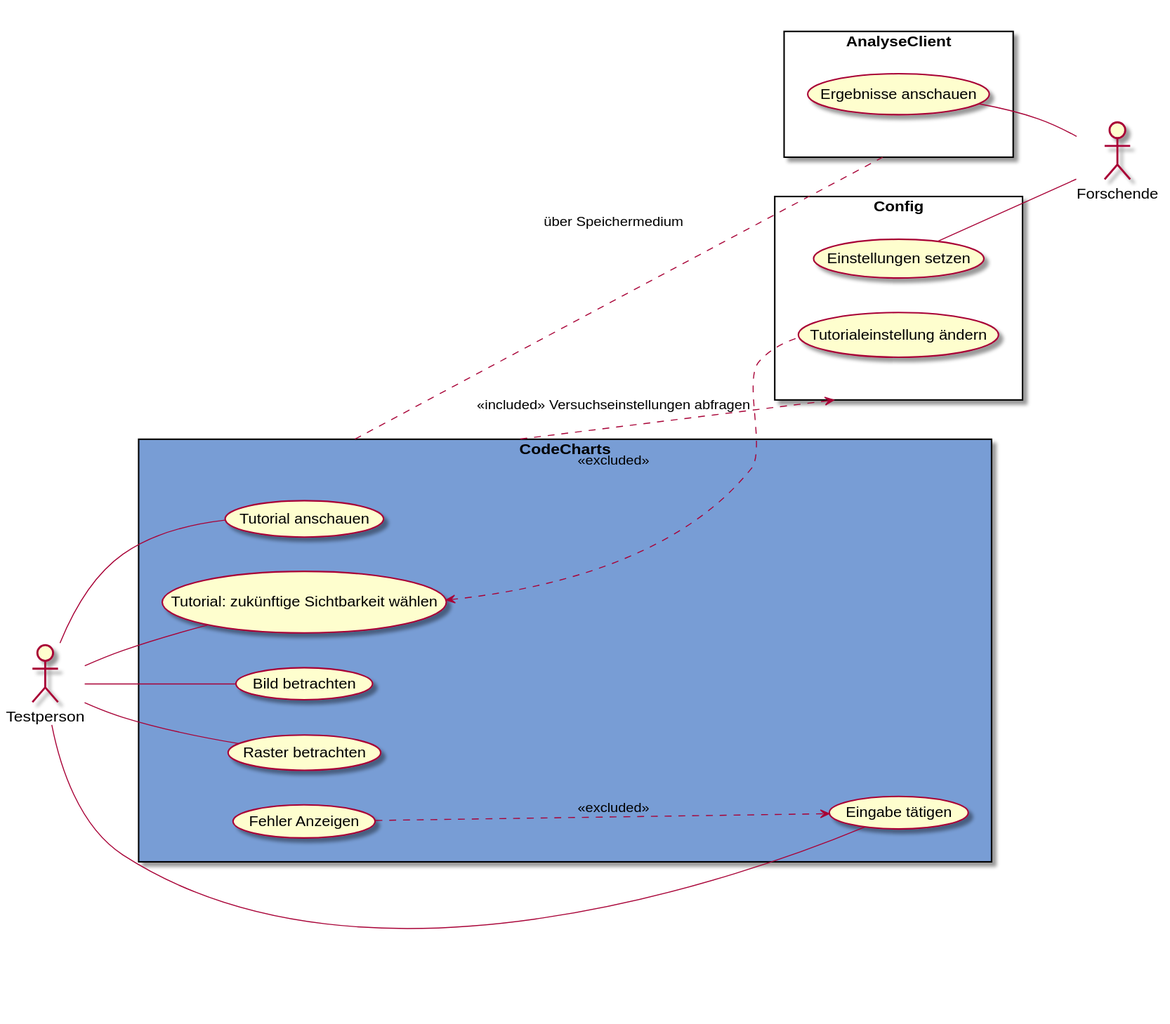
weichware10/meilensteine keeps this PlantUML diagram as meilenstein_05/usecase-CodeCharts/usecase-CodeCharts.svg. Above is the earlier version.
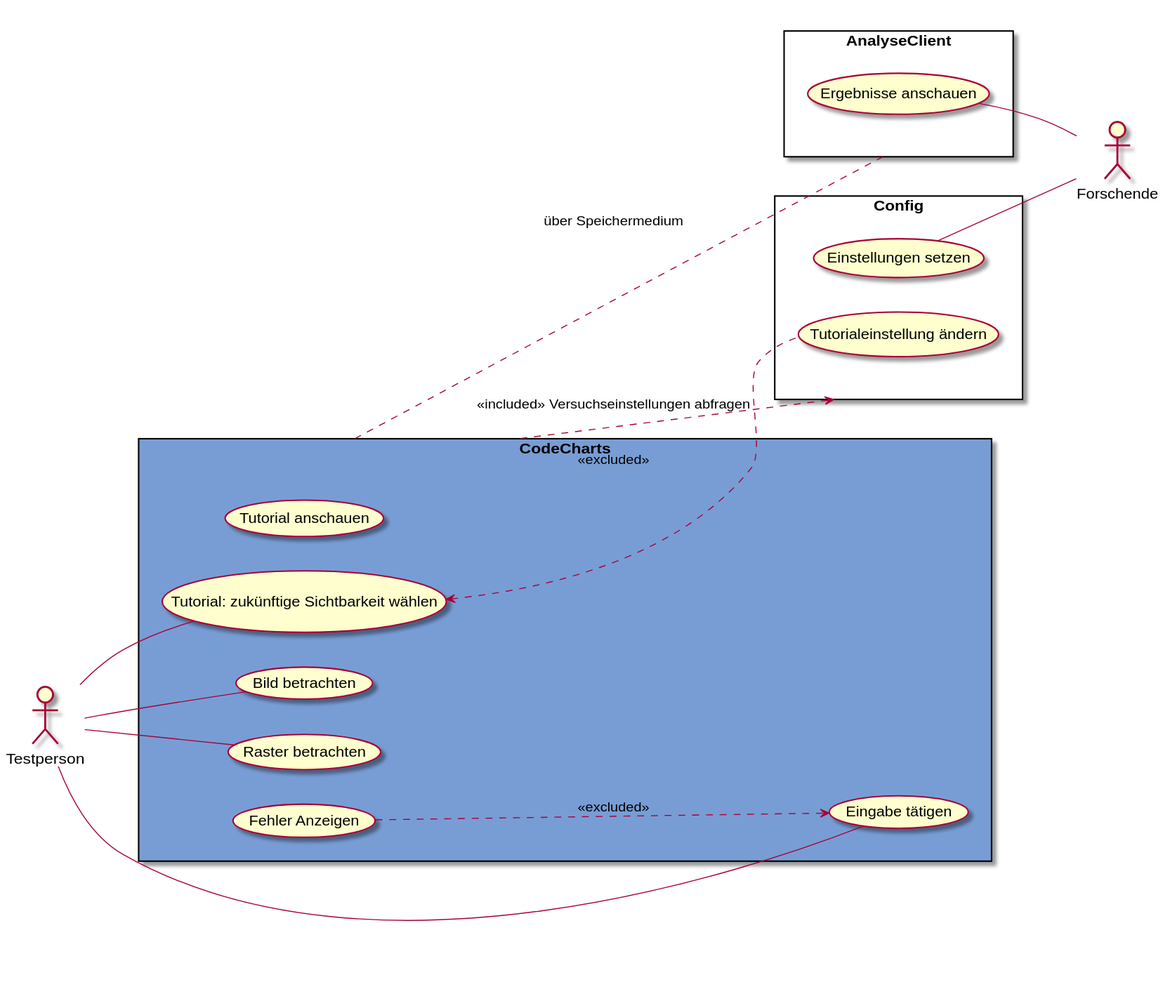
After the change.

Commit message:
rendered PNGs and SVGs

The edit, as a diff of the source:
```diff
@@ -22,7 +22,6 @@
     usecase "Tutorialeinstellung ändern" as tä
 }
 
-t -- td
 t -- tw
 t -- bb
 t -- rb
```
